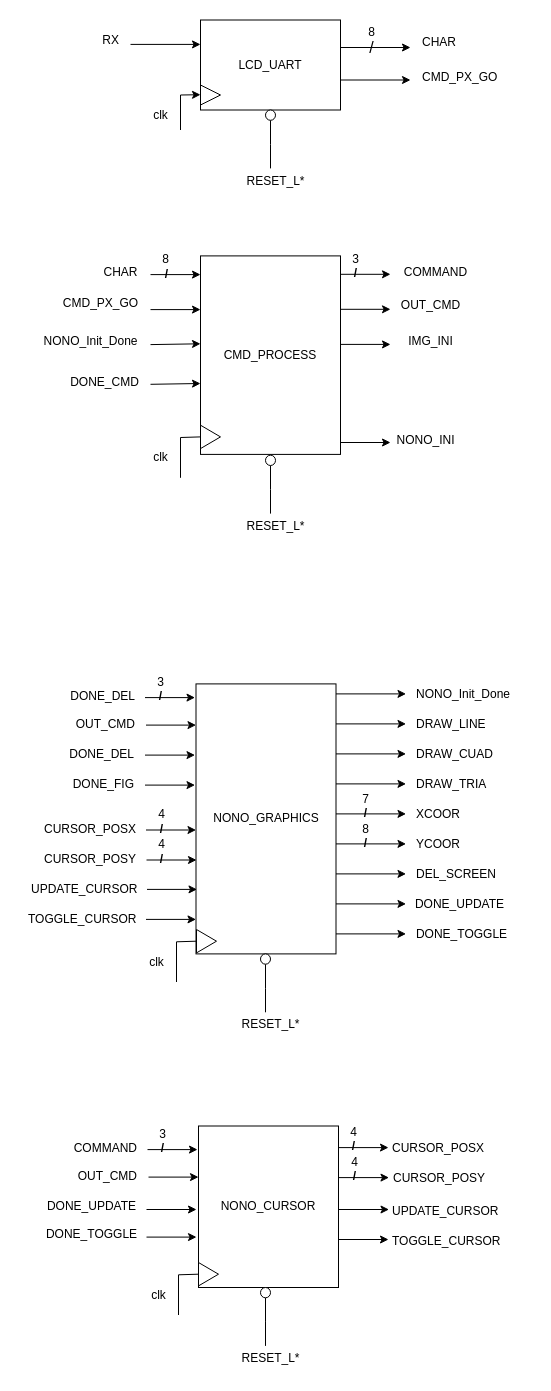
DASDNonograma/Nonograma keeps this draw.io diagram as DiagramasDisenio/FicherosDrawio/AllDrawio.drawio. Above is the earlier version. Source tidied: cells renumbered, new cells numbered last; positions are measured from the earlier drawing's top-left corner, leaving out a move shared by most shapes. Both pictures are drawn from the tidied source at 100%, with x=0, y=0 at pixel (16, 17).
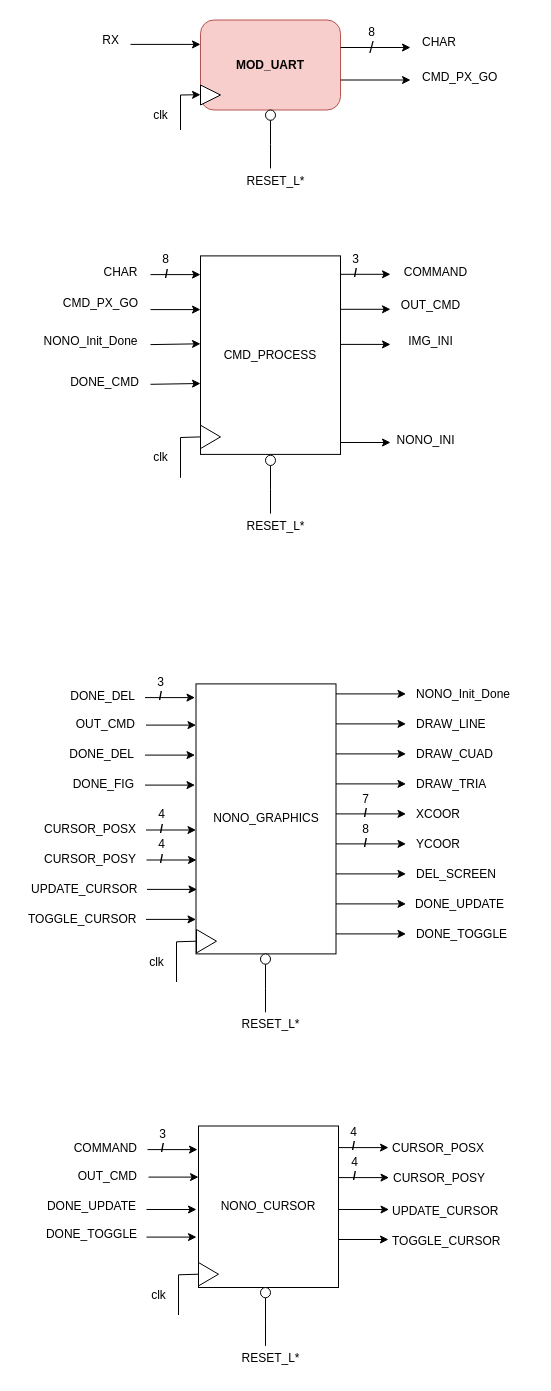
Above is the later version.

What changed in the source:
```diff
@@
-    <mxCell id="29" value="LCD_UART" style="rounded=0;whiteSpace=wrap;html=1;" parent="1" vertex="1">
+    <mxCell id="29" value="MOD_UART" style="rounded=1;whiteSpace=wrap;html=1;fillColor=#f8cecc;strokeColor=#b85450;fontStyle=1;" parent="1" vertex="1">
       <mxGeometry x="184" y="2.5" width="140" height="90" as="geometry" />
     </mxCell>
```
